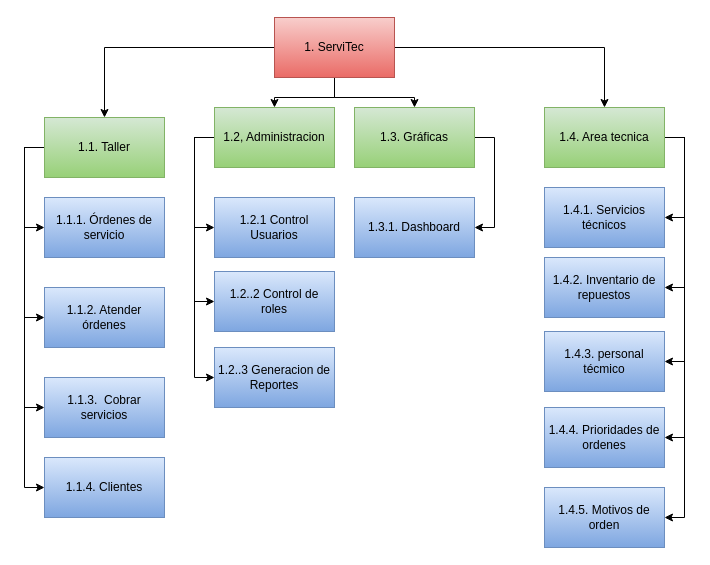
This is page "descomposicion-funcional" (1 of 14) of documentacion/diagramas.drawio from JaasielGuerra/ServiTec, a draw.io file, before an edit. Source tidied: cells renumbered, new cells numbered last; positions are measured from the earlier drawing's top-left corner, leaving out a move shared by most shapes. Both pictures are drawn from the tidied source at 100%, with x=0, y=0 at pixel (24, 17).
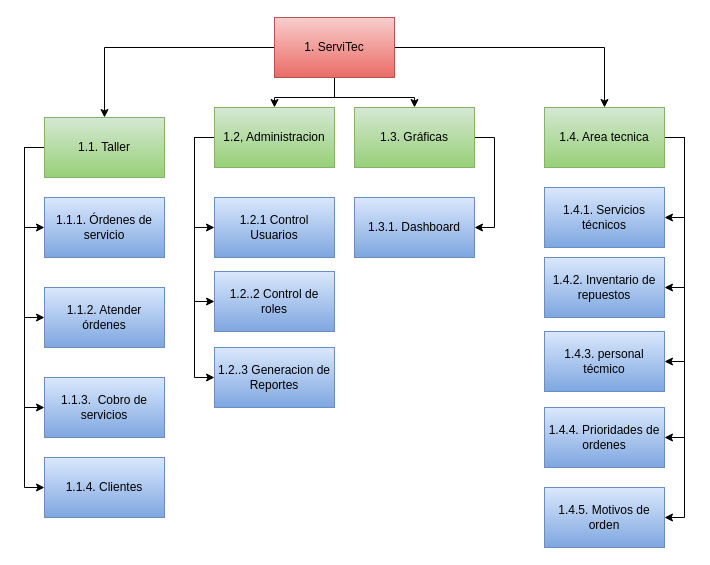
The same diagram, later.

Diff of the diagram source:
```diff
@@
-    <mxCell id="17" value="1.1.3.&amp;nbsp; Cobrar servicios" style="rounded=0;whiteSpace=wrap;html=1;fillColor=#dae8fc;strokeColor=#6c8ebf;gradientColor=#7ea6e0;" parent="1" vertex="1">
+    <mxCell id="17" value="1.1.3.&amp;nbsp; Cobro de servicios" style="rounded=0;whiteSpace=wrap;html=1;fillColor=#dae8fc;strokeColor=#6c8ebf;gradientColor=#7ea6e0;" parent="1" vertex="1">
       <mxGeometry x="20" y="360" width="120" height="60" as="geometry" />
     </mxCell>
```
